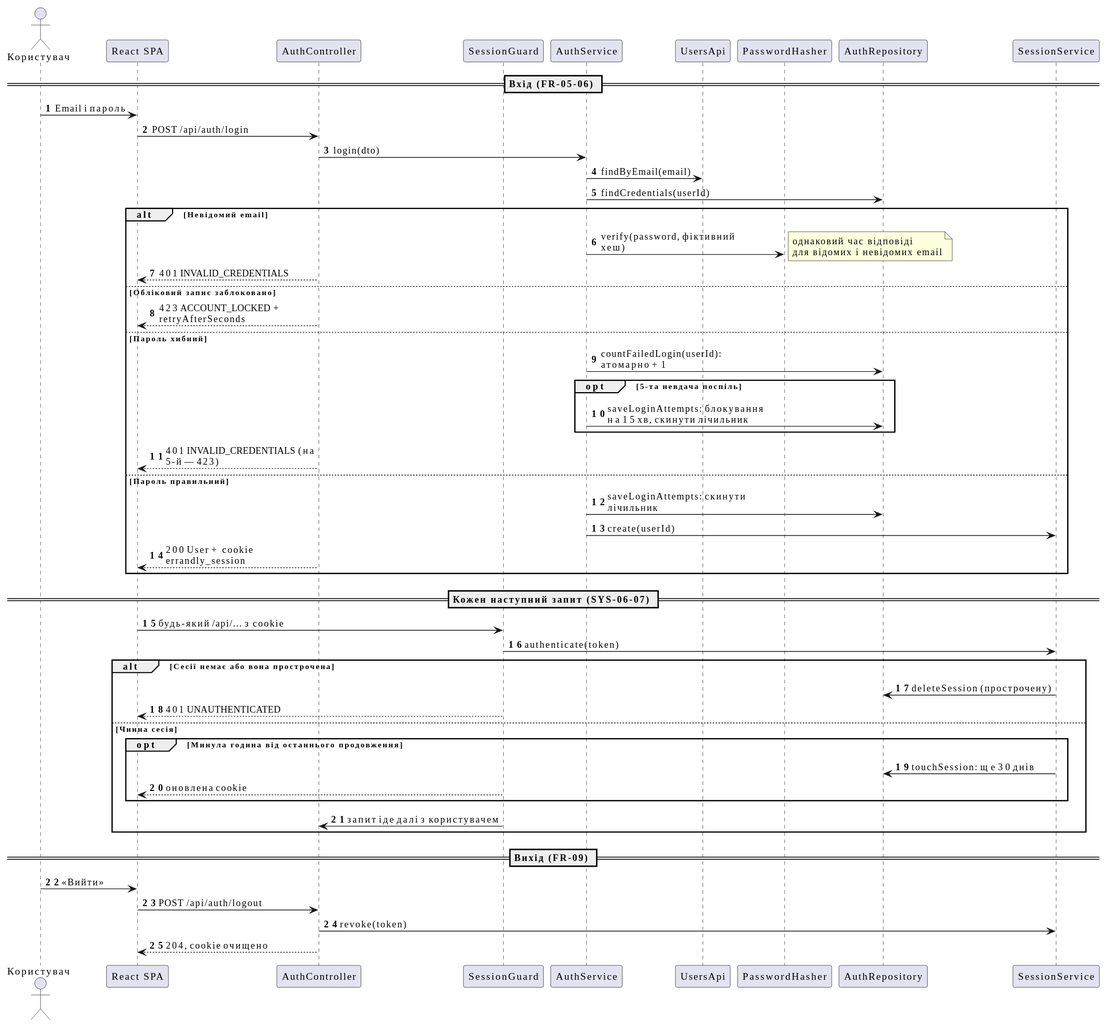
This is docs/diagrams/sequence/svg/sd-0-2-sign-in.svg from mzabrodin/Errandly, a PlantUML export, as it was before one commit.
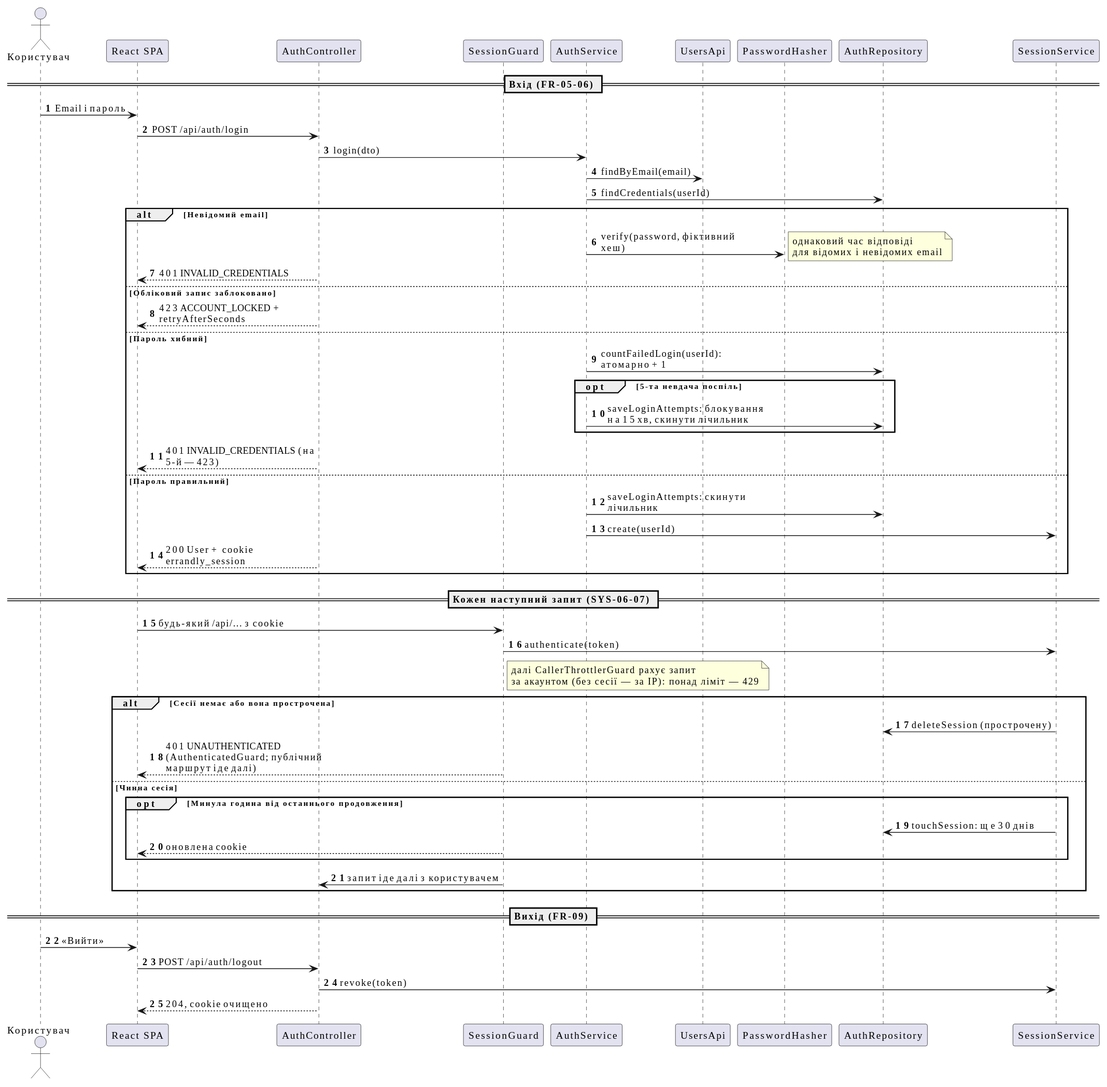
After the commit.

The edit, as a diff of the source:
```diff
@@ -42,9 +42,10 @@
 == Кожен наступний запит (SYS-06-07) ==
 SPA -> Guard : будь-який /api/... з cookie
 Guard -> Sessions : authenticate(token)
+note right of Guard : далі CallerThrottlerGuard рахує запит\nза акаунтом (без сесії — за IP): понад ліміт — 429
 alt Сесії немає або вона прострочена
   Sessions -> Repo : deleteSession (прострочену)
-  Guard --> SPA : 401 UNAUTHENTICATED
+  Guard --> SPA : 401 UNAUTHENTICATED (AuthenticatedGuard; публічний маршрут іде далі)
 else Чинна сесія
   opt Минула година від останнього продовження
     Sessions -> Repo : touchSession: ще 30 днів
```
